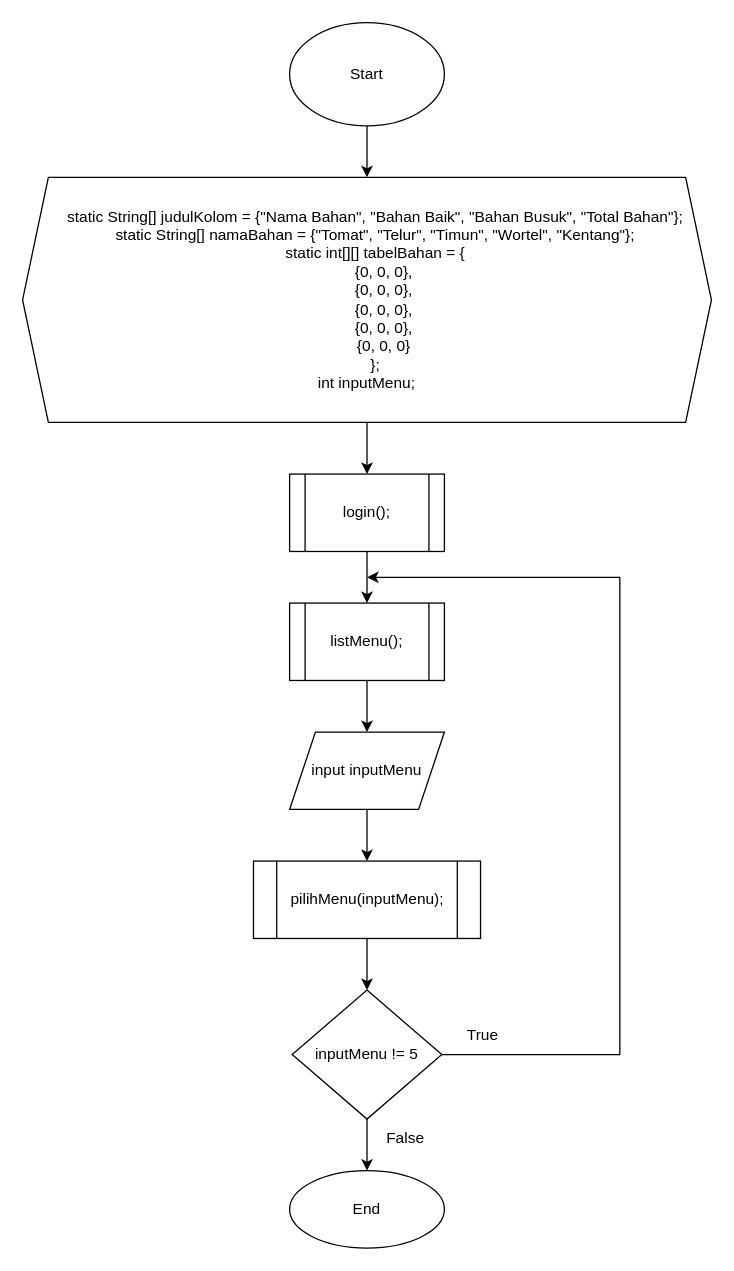
Above: page "main" (1 of 9) of Tugas Akhir/Flowchart.drawio in nhaidaar/daspro (draw.io), before the change. Source tidied: cells renumbered, new cells numbered last; positions are measured from the earlier drawing's top-left corner, leaving out a move shared by most shapes. Both pictures are drawn from the tidied source at 129%, with x=0, y=0 at pixel (22, 22).
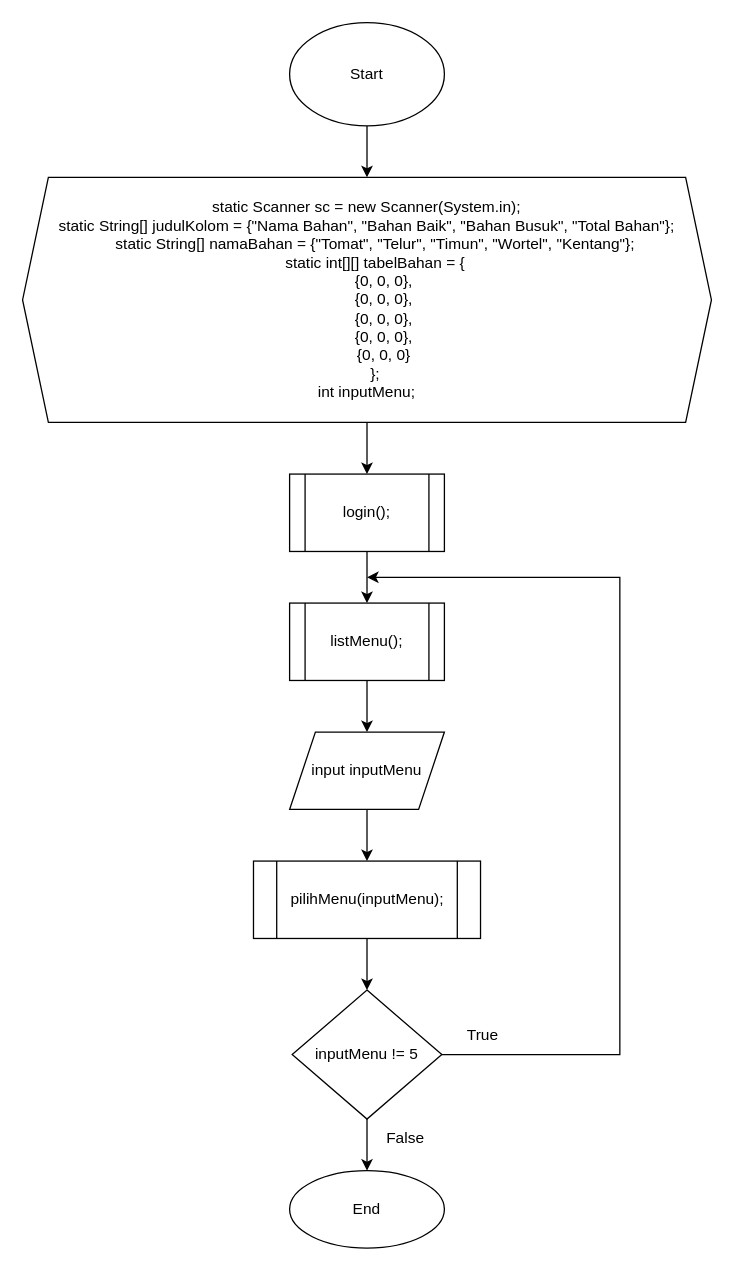
After the change.

Diff of the diagram source:
```diff
@@
-    <mxCell id="5" value="&lt;div&gt;&lt;span style=&quot;background-color: initial;&quot;&gt;&amp;nbsp; &amp;nbsp; static String[] judulKolom = {&quot;Nama Bahan&quot;, &quot;Bahan Baik&quot;, &quot;Bahan Busuk&quot;, &quot;Total Bahan&quot;};&lt;/span&gt;&lt;br&gt;&lt;/div&gt;&lt;div&gt;&amp;nbsp; &amp;nbsp; static String[] namaBahan = {&quot;Tomat&quot;, &quot;Telur&quot;, &quot;Timun&quot;, &quot;Wortel&quot;, &quot;Kentang&quot;};&lt;/div&gt;&lt;div&gt;&amp;nbsp; &amp;nbsp; static int[][] tabelBahan = {&lt;/div&gt;&lt;div&gt;&amp;nbsp; &amp;nbsp; &amp;nbsp; &amp;nbsp; {0, 0, 0},&lt;/div&gt;&lt;div&gt;&amp;nbsp; &amp;nbsp; &amp;nbsp; &amp;nbsp; {0, 0, 0},&lt;/div&gt;&lt;div&gt;&amp;nbsp; &amp;nbsp; &amp;nbsp; &amp;nbsp; {0, 0, 0},&lt;/div&gt;&lt;div&gt;&amp;nbsp; &amp;nbsp; &amp;nbsp; &amp;nbsp; {0, 0, 0},&lt;/div&gt;&lt;div&gt;&amp;nbsp; &amp;nbsp; &amp;nbsp; &amp;nbsp; {0, 0, 0}&lt;/div&gt;&lt;div&gt;&amp;nbsp; &amp;nbsp; };&lt;/div&gt;&lt;div&gt;int inputMenu;&lt;br&gt;&lt;/div&gt;" style="shape=hexagon;perimeter=hexagonPerimeter2;whiteSpace=wrap;html=1;fixedSize=1;" parent="1" vertex="1">
+    <mxCell id="5" value="static Scanner sc = new Scanner(System.in);&lt;br&gt;&lt;div&gt;&lt;span style=&quot;background-color: initial;&quot;&gt;static String[] judulKolom = {&quot;Nama Bahan&quot;, &quot;Bahan Baik&quot;, &quot;Bahan Busuk&quot;, &quot;Total Bahan&quot;};&lt;/span&gt;&lt;br&gt;&lt;/div&gt;&lt;div&gt;&amp;nbsp; &amp;nbsp; static String[] namaBahan = {&quot;Tomat&quot;, &quot;Telur&quot;, &quot;Timun&quot;, &quot;Wortel&quot;, &quot;Kentang&quot;};&lt;/div&gt;&lt;div&gt;&amp;nbsp; &amp;nbsp; static int[][] tabelBahan = {&lt;/div&gt;&lt;div&gt;&amp;nbsp; &amp;nbsp; &amp;nbsp; &amp;nbsp; {0, 0, 0},&lt;/div&gt;&lt;div&gt;&amp;nbsp; &amp;nbsp; &amp;nbsp; &amp;nbsp; {0, 0, 0},&lt;/div&gt;&lt;div&gt;&amp;nbsp; &amp;nbsp; &amp;nbsp; &amp;nbsp; {0, 0, 0},&lt;/div&gt;&lt;div&gt;&amp;nbsp; &amp;nbsp; &amp;nbsp; &amp;nbsp; {0, 0, 0},&lt;/div&gt;&lt;div&gt;&amp;nbsp; &amp;nbsp; &amp;nbsp; &amp;nbsp; {0, 0, 0}&lt;/div&gt;&lt;div&gt;&amp;nbsp; &amp;nbsp; };&lt;/div&gt;&lt;div&gt;int inputMenu;&lt;br&gt;&lt;/div&gt;" style="shape=hexagon;perimeter=hexagonPerimeter2;whiteSpace=wrap;html=1;fixedSize=1;" parent="1" vertex="1">
       <mxGeometry y="120" width="534" height="190" as="geometry" />
     </mxCell>
```
